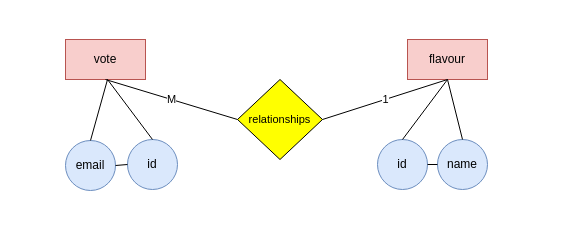
The draw.io diagram ER diagram.drawio in AshodJS21/iceCreamVotingProject, before the edit. Source tidied: cells renumbered, new cells numbered last; positions are measured from the earlier drawing's top-left corner, leaving out a move shared by most shapes. Both pictures are drawn from the tidied source at 100%, with x=0, y=0 at pixel (65, 39).
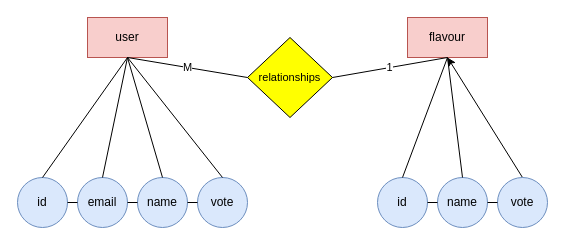
After the change.

The edit, as a diff of the source:
```diff
@@
+    <mxCell id="17" style="edgeStyle=none;html=1;" parent="1" edge="1" source="2">
+      <mxGeometry relative="1" as="geometry">
+        <mxPoint x="62" y="18" as="targetPoint" />
+      </mxGeometry>
+    </mxCell>
-    <mxCell id="2" value="vote" style="rounded=0;whiteSpace=wrap;html=1;fillColor=#f8cecc;strokeColor=#b85450;fontColor=#000000;" parent="1" vertex="1">
-      <mxGeometry width="80" height="40" as="geometry" />
+    <mxCell id="2" value="user" style="rounded=0;whiteSpace=wrap;html=1;fillColor=#f8cecc;strokeColor=#b85450;fontColor=#000000;" parent="1" vertex="1">
+      <mxGeometry x="22" y="-22" width="80" height="40" as="geometry" />
     </mxCell>
     <mxCell id="3" value="flavour" style="rounded=0;whiteSpace=wrap;html=1;fillColor=#f8cecc;strokeColor=#b85450;fontColor=#000000;" parent="1" vertex="1">
-      <mxGeometry x="342" width="80" height="40" as="geometry" />
+      <mxGeometry x="342" y="-22" width="80" height="40" as="geometry" />
     </mxCell>
     <mxCell id="4" value="relationships" style="rhombus;whiteSpace=wrap;html=1;fillColor=#FFFF00;fontColor=#000000;fontSize=11;" parent="1" vertex="1">
-      <mxGeometry x="172" y="40" width="85" height="80" as="geometry" />
+      <mxGeometry x="182" y="-2" width="85" height="80" as="geometry" />
     </mxCell>
@@
     <mxCell id="7" value="id" style="ellipse;whiteSpace=wrap;html=1;fillColor=#dae8fc;strokeColor=#6c8ebf;fontColor=#000000;" parent="1" vertex="1">
-      <mxGeometry x="312" y="100" width="50" height="50" as="geometry" />
+      <mxGeometry x="312" y="138" width="50" height="50" as="geometry" />
     </mxCell>
     <mxCell id="8" value="name" style="ellipse;whiteSpace=wrap;html=1;fillColor=#dae8fc;strokeColor=#6c8ebf;fontColor=#000000;" parent="1" vertex="1">
-      <mxGeometry x="372" y="100" width="50" height="50" as="geometry" />
+      <mxGeometry x="372" y="138" width="50" height="50" as="geometry" />
     </mxCell>
-    <mxCell id="9" value="id" style="ellipse;whiteSpace=wrap;html=1;fillColor=#dae8fc;strokeColor=#6c8ebf;fontColor=#000000;" parent="1" vertex="1">
-      <mxGeometry x="62" y="100" width="50" height="50" as="geometry" />
+    <mxCell id="9" value="email" style="ellipse;whiteSpace=wrap;html=1;fillColor=#dae8fc;strokeColor=#6c8ebf;fontColor=#000000;" parent="1" vertex="1">
+      <mxGeometry x="12" y="138" width="50" height="50" as="geometry" />
     </mxCell>
-    <mxCell id="10" value="email" style="ellipse;whiteSpace=wrap;html=1;fillColor=#dae8fc;strokeColor=#6c8ebf;fontColor=#000000;" parent="1" vertex="1">
-      <mxGeometry y="101" width="50" height="50" as="geometry" />
+    <mxCell id="10" value="id" style="ellipse;whiteSpace=wrap;html=1;fillColor=#dae8fc;strokeColor=#6c8ebf;fontColor=#000000;" parent="1" vertex="1">
+      <mxGeometry x="-48" y="138" width="50" height="50" as="geometry" />
     </mxCell>
@@
     <mxCell id="13" style="endArrow=none;html=1;rounded=0;exitX=0.5;exitY=0;exitDx=0;exitDy=0;" parent="1" edge="1" source="7">
       <mxGeometry relative="1" as="geometry">
-        <mxPoint x="382" y="40" as="targetPoint" />
+        <mxPoint x="382" y="18" as="targetPoint" />
       </mxGeometry>
     </mxCell>
@@
     <mxCell id="15" style="endArrow=none;html=1;rounded=0;exitX=0.5;exitY=0;exitDx=0;exitDy=0;" parent="1" edge="1" source="10">
       <mxGeometry relative="1" as="geometry">
-        <mxPoint x="42" y="40" as="targetPoint" />
+        <mxPoint x="62" y="18" as="targetPoint" />
       </mxGeometry>
     </mxCell>
     <mxCell id="16" style="endArrow=none;html=1;rounded=0;exitX=0.5;exitY=0;exitDx=0;exitDy=0;" parent="1" edge="1" source="9">
       <mxGeometry relative="1" as="geometry">
-        <mxPoint x="42" y="40" as="targetPoint" />
+        <mxPoint x="62" y="18" as="targetPoint" />
       </mxGeometry>
     </mxCell>
+    <mxCell id="18" style="edgeStyle=none;html=1;exitX=0.5;exitY=0;exitDx=0;exitDy=0;entryX=0.5;entryY=1;entryDx=0;entryDy=0;" parent="1" edge="1" source="19" target="3">
+      <mxGeometry relative="1" as="geometry" />
+    </mxCell>
+    <mxCell id="19" value="vote" style="ellipse;whiteSpace=wrap;html=1;fillColor=#dae8fc;strokeColor=#6c8ebf;fontColor=#000000;" parent="1" vertex="1">
+      <mxGeometry x="432" y="138" width="50" height="50" as="geometry" />
+    </mxCell>
+    <mxCell id="20" value="name" style="ellipse;whiteSpace=wrap;html=1;fillColor=#dae8fc;strokeColor=#6c8ebf;fontColor=#000000;" parent="1" vertex="1">
+      <mxGeometry x="72" y="138" width="50" height="50" as="geometry" />
+    </mxCell>
+    <mxCell id="21" value="vote" style="ellipse;whiteSpace=wrap;html=1;fillColor=#dae8fc;strokeColor=#6c8ebf;fontColor=#000000;" parent="1" vertex="1">
+      <mxGeometry x="132" y="138" width="50" height="50" as="geometry" />
+    </mxCell>
+    <mxCell id="22" style="endArrow=none;html=1;rounded=0;exitX=0.5;exitY=0;exitDx=0;exitDy=0;" parent="1" edge="1" source="20">
+      <mxGeometry relative="1" as="geometry">
+        <mxPoint x="62" y="18" as="targetPoint" />
+      </mxGeometry>
+    </mxCell>
+    <mxCell id="23" style="endArrow=none;html=1;rounded=0;exitX=0.5;exitY=0;exitDx=0;exitDy=0;entryX=0.5;entryY=1;entryDx=0;entryDy=0;" parent="1" edge="1" source="21" target="2">
+      <mxGeometry relative="1" as="geometry" />
+    </mxCell>
+    <mxCell id="24" style="endArrow=none;html=1;rounded=0;exitX=1;exitY=0.5;exitDx=0;exitDy=0;entryX=0;entryY=0.5;entryDx=0;entryDy=0;" parent="1" edge="1" source="9" target="20">
+      <mxGeometry relative="1" as="geometry" />
+    </mxCell>
+    <mxCell id="25" style="endArrow=none;html=1;rounded=0;exitX=1;exitY=0.5;exitDx=0;exitDy=0;entryX=0;entryY=0.5;entryDx=0;entryDy=0;" parent="1" edge="1" source="20" target="21">
+      <mxGeometry relative="1" as="geometry" />
+    </mxCell>
+    <mxCell id="26" style="endArrow=none;html=1;rounded=0;exitX=0;exitY=0.5;exitDx=0;exitDy=0;entryX=1;entryY=0.5;entryDx=0;entryDy=0;" parent="1" edge="1" source="19" target="8">
+      <mxGeometry relative="1" as="geometry" />
+    </mxCell>
```
